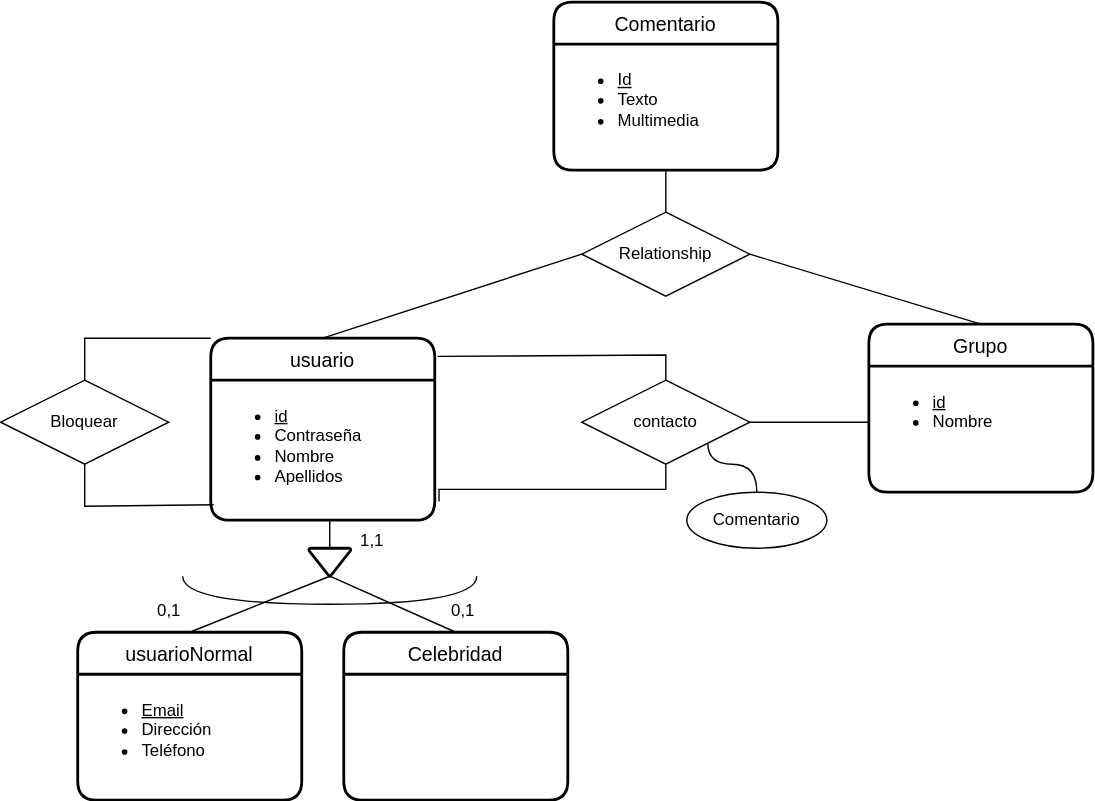
This is UD12-14.svg from Jimxx22/C3-UD11-UML, a draw.io export, as it was before one commit. Source tidied: cells renumbered, new cells last; positions are measured from the earlier drawing's top-left corner, leaving out a move shared by most shapes. The source it was exported from:
```xml
<mxGraphModel background="#ffffff">
  <root>
    <mxCell id="0" />
    <mxCell id="1" parent="0" />
    <mxCell id="2" value="usuario" style="swimlane;horizontal=1;startSize=30;rounded=1;fontSize=14;fontStyle=0;strokeWidth=2;shadow=0;dashed=0;align=center;" parent="1" vertex="1">
      <mxGeometry x="150" y="240" width="160" height="130" as="geometry" />
    </mxCell>
    <mxCell id="3" value="&lt;ul&gt;&lt;li&gt;&lt;u&gt;id&lt;/u&gt;&lt;/li&gt;&lt;li&gt;Contraseña&lt;/li&gt;&lt;li&gt;Nombre&lt;/li&gt;&lt;li&gt;Apellidos&lt;/li&gt;&lt;/ul&gt;" style="align=left;strokeColor=none;fillColor=none;spacingLeft=4;fontSize=12;verticalAlign=top;fontStyle=0;html=1;" parent="2" vertex="1">
      <mxGeometry y="30" width="160" height="100" as="geometry" />
    </mxCell>
    <mxCell id="4" value="Grupo" style="swimlane;horizontal=1;startSize=30;rounded=1;fontSize=14;fontStyle=0;strokeWidth=2;shadow=0;dashed=0;align=center;" parent="1" vertex="1">
      <mxGeometry x="620" y="230" width="160" height="120" as="geometry" />
    </mxCell>
    <mxCell id="5" value="&lt;ul&gt;&lt;li&gt;&lt;u&gt;id&lt;/u&gt;&lt;/li&gt;&lt;li&gt;Nombre&lt;/li&gt;&lt;/ul&gt;" style="align=left;strokeColor=none;fillColor=none;spacingLeft=4;fontSize=12;verticalAlign=top;html=1;" parent="4" vertex="1">
      <mxGeometry y="30" width="160" height="90" as="geometry" />
    </mxCell>
    <mxCell id="6" value="usuarioNormal" style="swimlane;horizontal=1;startSize=30;rounded=1;fontSize=14;fontStyle=0;strokeWidth=2;shadow=0;dashed=0;align=center;" parent="1" vertex="1">
      <mxGeometry x="55" y="450" width="160" height="120" as="geometry" />
    </mxCell>
    <mxCell id="7" value="&lt;ul&gt;&lt;li&gt;&lt;u&gt;Email&lt;/u&gt;&lt;/li&gt;&lt;li&gt;Dirección&lt;/li&gt;&lt;li&gt;Teléfono&lt;/li&gt;&lt;/ul&gt;" style="align=left;strokeColor=none;fillColor=none;spacingLeft=4;fontSize=12;verticalAlign=top;html=1;" parent="6" vertex="1">
      <mxGeometry y="30" width="160" height="90" as="geometry" />
    </mxCell>
    <mxCell id="8" value="Celebridad" style="swimlane;horizontal=1;startSize=30;rounded=1;fontSize=14;fontStyle=0;strokeWidth=2;shadow=0;dashed=0;align=center;" parent="1" vertex="1">
      <mxGeometry x="245" y="450" width="160" height="120" as="geometry" />
    </mxCell>
    <mxCell id="9" value="Bloquear" style="shape=rhombus;perimeter=rhombusPerimeter;whiteSpace=wrap;html=1;align=center;" parent="1" vertex="1">
      <mxGeometry y="270" width="120" height="60" as="geometry" />
    </mxCell>
    <mxCell id="10" value="Comentario" style="swimlane;horizontal=1;startSize=30;rounded=1;fontSize=14;fontStyle=0;strokeWidth=2;shadow=0;dashed=0;align=center;" parent="1" vertex="1">
      <mxGeometry x="395" width="160" height="120" as="geometry" />
    </mxCell>
    <mxCell id="11" value="&lt;ul&gt;&lt;li&gt;&lt;u&gt;Id&lt;/u&gt;&lt;/li&gt;&lt;li&gt;Texto&lt;/li&gt;&lt;li&gt;Multimedia&lt;/li&gt;&lt;/ul&gt;" style="align=left;strokeColor=none;fillColor=none;spacingLeft=4;fontSize=12;verticalAlign=top;fontStyle=0;html=1;" parent="10" vertex="1">
      <mxGeometry y="30" width="160" height="90" as="geometry" />
    </mxCell>
    <mxCell id="12" style="edgeStyle=orthogonalEdgeStyle;rounded=0;jettySize=auto;html=1;exitX=0.5;exitY=0;exitDx=0;exitDy=0;entryX=1.013;entryY=0.1;entryDx=0;entryDy=0;entryPerimeter=0;endArrow=none;endFill=0;" parent="1" edge="1" source="15" target="2">
      <mxGeometry relative="1" as="geometry">
        <Array as="points">
          <mxPoint x="475" y="252" />
        </Array>
      </mxGeometry>
    </mxCell>
    <mxCell id="13" style="edgeStyle=orthogonalEdgeStyle;rounded=0;jettySize=auto;html=1;exitX=0.5;exitY=1;exitDx=0;exitDy=0;entryX=1.019;entryY=0.867;entryDx=0;entryDy=0;entryPerimeter=0;endArrow=none;endFill=0;" parent="1" edge="1" source="15" target="3">
      <mxGeometry relative="1" as="geometry">
        <Array as="points">
          <mxPoint x="475" y="348" />
        </Array>
      </mxGeometry>
    </mxCell>
    <mxCell id="14" style="edgeStyle=orthogonalEdgeStyle;rounded=0;jettySize=auto;html=1;exitX=1;exitY=0.5;exitDx=0;exitDy=0;entryX=0;entryY=0.367;entryDx=0;entryDy=0;entryPerimeter=0;endArrow=none;endFill=0;" parent="1" edge="1" source="15" target="5">
      <mxGeometry relative="1" as="geometry">
        <Array as="points">
          <mxPoint x="620" y="300" />
        </Array>
      </mxGeometry>
    </mxCell>
    <mxCell id="15" value="contacto" style="shape=rhombus;perimeter=rhombusPerimeter;whiteSpace=wrap;html=1;align=center;" parent="1" vertex="1">
      <mxGeometry x="415" y="270" width="120" height="60" as="geometry" />
    </mxCell>
    <mxCell id="16" style="edgeStyle=orthogonalEdgeStyle;rounded=0;jettySize=auto;html=1;exitX=0.5;exitY=0;exitDx=0;exitDy=0;entryX=1;entryY=1;entryDx=0;entryDy=0;endArrow=none;endFill=0;curved=1;" parent="1" edge="1" source="17" target="15">
      <mxGeometry relative="1" as="geometry" />
    </mxCell>
    <mxCell id="17" value="Comentario" style="ellipse;whiteSpace=wrap;html=1;align=center;" parent="1" vertex="1">
      <mxGeometry x="490" y="350" width="100" height="40" as="geometry" />
    </mxCell>
    <mxCell id="18" style="endArrow=none;html=1;rounded=0;labelBackgroundColor=none;exitX=0;exitY=0;exitDx=0;exitDy=0;entryX=0.5;entryY=0;entryDx=0;entryDy=0;" parent="1" edge="1" source="2" target="9">
      <mxGeometry relative="1" as="geometry">
        <Array as="points">
          <mxPoint x="60" y="240" />
        </Array>
      </mxGeometry>
    </mxCell>
    <mxCell id="19" style="strokeWidth=2;html=1;shape=mxgraph.flowchart.merge_or_storage;whiteSpace=wrap;labelBackgroundColor=none;" parent="1" vertex="1">
      <mxGeometry x="220" y="390" width="30" height="20" as="geometry" />
    </mxCell>
    <mxCell id="20" style="endArrow=none;html=1;rounded=0;labelBackgroundColor=none;exitX=0.5;exitY=1;exitDx=0;exitDy=0;entryX=0.013;entryY=0.89;entryDx=0;entryDy=0;entryPerimeter=0;" parent="1" edge="1" source="9" target="3">
      <mxGeometry relative="1" as="geometry">
        <Array as="points">
          <mxPoint x="60" y="360" />
        </Array>
      </mxGeometry>
    </mxCell>
    <mxCell id="21" value="Relationship" style="shape=rhombus;perimeter=rhombusPerimeter;whiteSpace=wrap;html=1;align=center;labelBackgroundColor=none;" parent="1" vertex="1">
      <mxGeometry x="415" y="150" width="120" height="60" as="geometry" />
    </mxCell>
    <mxCell id="22" style="endArrow=none;html=1;rounded=0;labelBackgroundColor=none;exitX=0.5;exitY=0;exitDx=0;exitDy=0;entryX=0;entryY=0.5;entryDx=0;entryDy=0;" parent="1" edge="1" source="2" target="21">
      <mxGeometry relative="1" as="geometry" />
    </mxCell>
    <mxCell id="23" style="shape=requiredInterface;html=1;verticalLabelPosition=bottom;sketch=0;direction=south;labelBackgroundColor=none;" parent="1" vertex="1">
      <mxGeometry x="130" y="410" width="210" height="20" as="geometry" />
    </mxCell>
    <mxCell id="24" style="endArrow=none;html=1;rounded=0;labelBackgroundColor=none;entryX=0.5;entryY=0;entryDx=0;entryDy=0;exitX=1;exitY=0.5;exitDx=0;exitDy=0;" parent="1" edge="1" source="21" target="4">
      <mxGeometry relative="1" as="geometry" />
    </mxCell>
    <mxCell id="25" style="edgeStyle=orthogonalEdgeStyle;rounded=0;jettySize=auto;html=1;exitX=0.5;exitY=1;exitDx=0;exitDy=0;entryX=0.5;entryY=0;entryDx=0;entryDy=0;entryPerimeter=0;endArrow=none;endFill=0;" parent="1" edge="1" source="3" target="19">
      <mxGeometry relative="1" as="geometry" />
    </mxCell>
    <mxCell id="26" style="endArrow=none;html=1;rounded=0;labelBackgroundColor=none;entryX=0.5;entryY=1;entryDx=0;entryDy=0;exitX=0.5;exitY=0;exitDx=0;exitDy=0;" parent="1" edge="1" source="21" target="11">
      <mxGeometry relative="1" as="geometry" />
    </mxCell>
    <mxCell id="27" style="endArrow=none;html=1;rounded=0;labelBackgroundColor=none;exitX=0.5;exitY=0;exitDx=0;exitDy=0;entryX=0;entryY=0.5;entryDx=0;entryDy=0;entryPerimeter=0;" parent="1" edge="1" source="6" target="23">
      <mxGeometry relative="1" as="geometry" />
    </mxCell>
    <mxCell id="28" style="endArrow=none;html=1;rounded=0;labelBackgroundColor=none;entryX=0.5;entryY=0;entryDx=0;entryDy=0;exitX=0.5;exitY=1;exitDx=0;exitDy=0;exitPerimeter=0;" parent="1" edge="1" source="19" target="8">
      <mxGeometry relative="1" as="geometry" />
    </mxCell>
    <mxCell id="29" value="1,1" style="text;html=1;align=center;verticalAlign=middle;strokeColor=none;fillColor=none;" parent="1" vertex="1">
      <mxGeometry x="245" y="370" width="40" height="30" as="geometry" />
    </mxCell>
    <mxCell id="30" value="0,1" style="text;html=1;align=center;verticalAlign=middle;strokeColor=none;fillColor=none;" parent="1" vertex="1">
      <mxGeometry x="100" y="420" width="40" height="30" as="geometry" />
    </mxCell>
    <mxCell id="31" value="0,1" style="text;html=1;align=center;verticalAlign=middle;strokeColor=none;fillColor=none;" parent="1" vertex="1">
      <mxGeometry x="310" y="420" width="40" height="30" as="geometry" />
    </mxCell>
  </root>
</mxGraphModel>
```
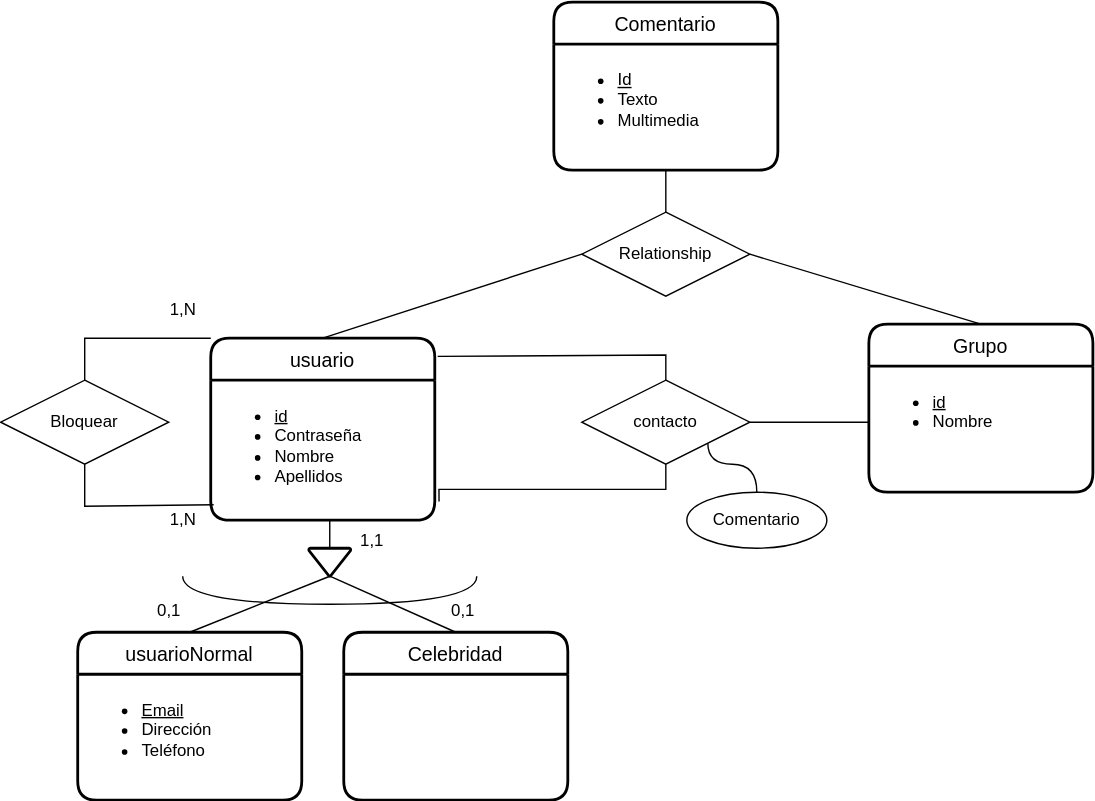
Above is the later version.

The edit, as a diff of the source:
```diff
@@ -112,5 +112,11 @@
     <mxCell id="31" value="0,1" style="text;html=1;align=center;verticalAlign=middle;strokeColor=none;fillColor=none;" parent="1" vertex="1">
       <mxGeometry x="310" y="420" width="40" height="30" as="geometry" />
     </mxCell>
+    <mxCell id="32" value="1,N" style="text;html=1;align=center;verticalAlign=middle;strokeColor=none;fillColor=none;" parent="1" vertex="1">
+      <mxGeometry x="110" y="205" width="40" height="30" as="geometry" />
+    </mxCell>
+    <mxCell id="33" value="1,N" style="text;html=1;align=center;verticalAlign=middle;strokeColor=none;fillColor=none;" parent="1" vertex="1">
+      <mxGeometry x="110" y="355" width="40" height="30" as="geometry" />
+    </mxCell>
   </root>
 </mxGraphModel>
```
